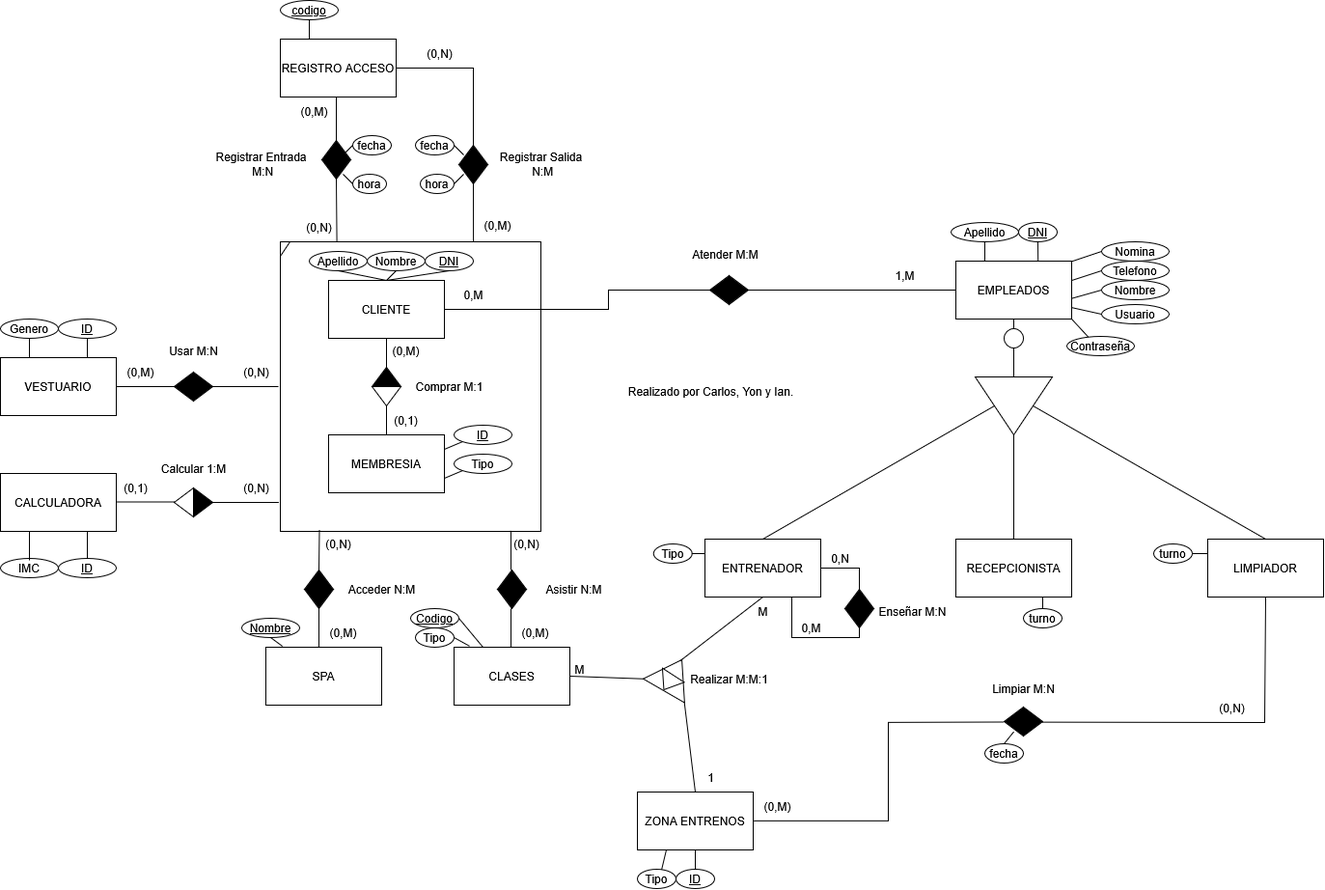
cmr-dam/ProyectoIntermodular-ICY keeps this draw.io diagram as BaseDatos/Entidad Relacion/Entidad Relacion.drawio.png. Above is the earlier version. Source tidied: cells renumbered, new cells last; positions are measured from the earlier drawing's top-left corner, leaving out a move shared by most shapes.
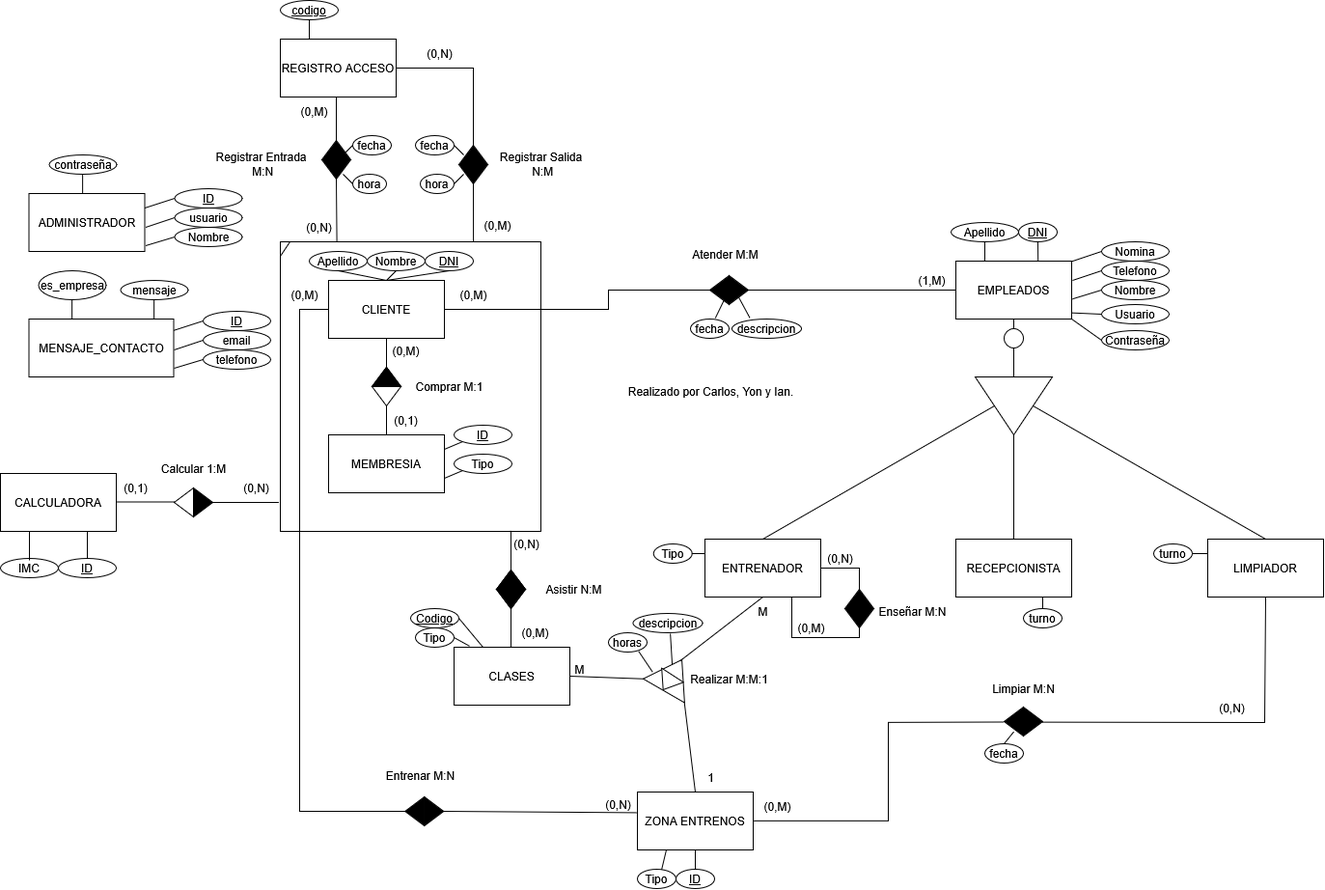
The same diagram one commit later.

Commit message:
Se actualiza Entidad relación para que cuadre con la nueva versión.

The edit, as a diff of the source:
```diff
@@ -62,4 +62,4 @@
     </mxCell>
-    <mxCell id="20" value="0,M" style="text;html=1;align=center;verticalAlign=middle;strokeColor=none;fillColor=none;" parent="18" vertex="1">
-      <mxGeometry x="180" y="40" width="40" height="30" as="geometry" />
+    <mxCell id="20" value="(0,M)" style="text;html=1;align=center;verticalAlign=middle;strokeColor=none;fillColor=none;" parent="18" vertex="1">
+      <mxGeometry x="175" y="40" width="50" height="30" as="geometry" />
     </mxCell>
@@ -71,66 +71,8 @@
     </mxCell>
-    <mxCell id="23" style="endArrow=none;html=1;rounded=0;exitX=0.15;exitY=0.996;exitDx=0;exitDy=0;exitPerimeter=0;entryX=0.5;entryY=0;entryDx=0;entryDy=0;" parent="1" edge="1" source="18">
-      <mxGeometry relative="1" as="geometry">
-        <mxPoint x="330" y="590" as="targetPoint" />
-      </mxGeometry>
-    </mxCell>
-    <mxCell id="24" value="(0,N)" style="text;html=1;align=center;verticalAlign=middle;strokeColor=none;fillColor=none;" parent="1" vertex="1">
-      <mxGeometry x="325" y="548" width="50" height="30" as="geometry" />
-    </mxCell>
-    <mxCell id="25" style="endArrow=none;html=1;rounded=0;exitX=0.5;exitY=1;exitDx=0;exitDy=0;" parent="1" edge="1">
-      <mxGeometry relative="1" as="geometry">
-        <mxPoint x="330" y="630" as="sourcePoint" />
-        <mxPoint x="330" y="670" as="targetPoint" />
-      </mxGeometry>
-    </mxCell>
-    <mxCell id="26" value="SPA" style="rounded=0;whiteSpace=wrap;html=1;" parent="1" vertex="1">
-      <mxGeometry x="275" y="670" width="120" height="60" as="geometry" />
-    </mxCell>
-    <mxCell id="27" value="(0,M)" style="text;html=1;align=center;verticalAlign=middle;strokeColor=none;fillColor=none;" parent="1" vertex="1">
-      <mxGeometry x="330" y="640" width="50" height="30" as="geometry" />
-    </mxCell>
-    <mxCell id="28" value="Acceder N:M" style="text;html=1;align=center;verticalAlign=middle;strokeColor=none;fillColor=none;" parent="1" vertex="1">
-      <mxGeometry x="350" y="595" width="90" height="30" as="geometry" />
-    </mxCell>
-    <mxCell id="29" value="&lt;u&gt;Nombre&lt;/u&gt;" style="ellipse;whiteSpace=wrap;html=1;" parent="1" vertex="1">
-      <mxGeometry x="250" y="640" width="60" height="20" as="geometry" />
-    </mxCell>
-    <mxCell id="30" style="endArrow=none;html=1;rounded=0;exitX=0.5;exitY=1;exitDx=0;exitDy=0;entryX=0.143;entryY=-0.017;entryDx=0;entryDy=0;entryPerimeter=0;" parent="1" edge="1" source="29" target="26">
-      <mxGeometry relative="1" as="geometry" />
-    </mxCell>
-    <mxCell id="31" style="endArrow=none;html=1;rounded=0;exitX=1;exitY=0.5;exitDx=0;exitDy=0;" parent="1" edge="1">
-      <mxGeometry relative="1" as="geometry">
-        <mxPoint x="220" y="400" as="sourcePoint" />
-        <mxPoint x="288" y="400" as="targetPoint" />
-      </mxGeometry>
-    </mxCell>
-    <mxCell id="32" value="VESTUARIO" style="rounded=0;whiteSpace=wrap;html=1;" parent="1" vertex="1">
-      <mxGeometry y="370" width="120" height="60" as="geometry" />
-    </mxCell>
-    <mxCell id="33" value="Genero" style="ellipse;whiteSpace=wrap;html=1;" parent="1" vertex="1">
-      <mxGeometry y="330" width="60" height="20" as="geometry" />
-    </mxCell>
-    <mxCell id="34" value="&lt;u&gt;ID&lt;/u&gt;" style="ellipse;whiteSpace=wrap;html=1;" parent="1" vertex="1">
-      <mxGeometry x="60" y="330" width="60" height="20" as="geometry" />
-    </mxCell>
-    <mxCell id="35" style="endArrow=none;html=1;rounded=0;exitX=0.25;exitY=0;exitDx=0;exitDy=0;entryX=0.5;entryY=1;entryDx=0;entryDy=0;" parent="1" edge="1" source="32" target="33">
-      <mxGeometry relative="1" as="geometry" />
-    </mxCell>
-    <mxCell id="36" style="endArrow=none;html=1;rounded=0;exitX=0.75;exitY=0;exitDx=0;exitDy=0;entryX=0.5;entryY=1;entryDx=0;entryDy=0;" parent="1" edge="1" source="32" target="34">
-      <mxGeometry relative="1" as="geometry" />
-    </mxCell>
-    <mxCell id="37" value="Usar M:N" style="text;html=1;align=center;verticalAlign=middle;strokeColor=none;fillColor=none;" parent="1" vertex="1">
-      <mxGeometry x="165" y="348" width="70" height="30" as="geometry" />
-    </mxCell>
-    <mxCell id="38" value="(0,M)" style="text;html=1;align=center;verticalAlign=middle;strokeColor=none;fillColor=none;" parent="1" vertex="1">
-      <mxGeometry x="120" y="370" width="50" height="30" as="geometry" />
-    </mxCell>
-    <mxCell id="39" value="(0,N)" style="text;html=1;align=center;verticalAlign=middle;strokeColor=none;fillColor=none;" parent="1" vertex="1">
-      <mxGeometry x="240" y="370" width="50" height="30" as="geometry" />
-    </mxCell>
-    <mxCell id="40" style="endArrow=none;html=1;rounded=0;exitX=1;exitY=0.5;exitDx=0;exitDy=0;entryX=0;entryY=0.5;entryDx=0;entryDy=0;" parent="1" edge="1" source="32">
-      <mxGeometry relative="1" as="geometry">
-        <mxPoint x="180" y="400" as="targetPoint" />
-      </mxGeometry>
-    </mxCell>
+    <mxCell id="162" value="(0,M)" style="text;html=1;align=center;verticalAlign=middle;strokeColor=none;fillColor=none;" parent="18" vertex="1">
+      <mxGeometry y="40" width="50" height="30" as="geometry" />
+    </mxCell>
+    <mxCell id="163" style="triangle;whiteSpace=wrap;html=1;rotation=-90;fillStyle=solid;fillColor=#000000;" parent="18" vertex="1">
+      <mxGeometry x="100" y="125" width="20" height="30" as="geometry" />
+    </mxCell>
     <mxCell id="41" style="endArrow=none;html=1;rounded=0;exitX=-0.006;exitY=0.9;exitDx=0;exitDy=0;exitPerimeter=0;" parent="1" edge="1" source="18">
@@ -217,3 +159,3 @@
     <mxCell id="63" style="triangle;whiteSpace=wrap;html=1;direction=north;rotation=-147;" parent="1" vertex="1">
-      <mxGeometry x="678.8" y="697.6" width="26.9" height="17.9" as="geometry" />
+      <mxGeometry x="678.1" y="697.6" width="26.9" height="17.9" as="geometry" />
     </mxCell>
@@ -278,7 +220,7 @@
     </mxCell>
-    <mxCell id="80" value="0,N" style="text;html=1;align=center;verticalAlign=middle;strokeColor=none;fillColor=none;" parent="1" vertex="1">
-      <mxGeometry x="850" y="563" width="40" height="30" as="geometry" />
+    <mxCell id="80" value="(0,N)" style="text;html=1;align=center;verticalAlign=middle;strokeColor=none;fillColor=none;" parent="1" vertex="1">
+      <mxGeometry x="845" y="563" width="50" height="30" as="geometry" />
     </mxCell>
-    <mxCell id="81" value="0,M" style="text;html=1;align=center;verticalAlign=middle;strokeColor=none;fillColor=none;" parent="1" vertex="1">
-      <mxGeometry x="820" y="635" width="40" height="30" as="geometry" />
+    <mxCell id="81" value="(0,M)" style="text;html=1;align=center;verticalAlign=middle;strokeColor=none;fillColor=none;" parent="1" vertex="1">
+      <mxGeometry x="815" y="635" width="50" height="30" as="geometry" />
     </mxCell>
@@ -383,4 +325,6 @@
     </mxCell>
-    <mxCell id="110" style="endArrow=none;html=1;rounded=0;entryX=0;entryY=0.5;entryDx=0;entryDy=0;exitX=1.002;exitY=0.333;exitDx=0;exitDy=0;exitPerimeter=0;" parent="1" edge="1" source="99" target="104">
-      <mxGeometry relative="1" as="geometry" />
+    <mxCell id="110" style="endArrow=none;html=1;rounded=0;entryX=0;entryY=0.5;entryDx=0;entryDy=0;exitX=1;exitY=0.5;exitDx=0;exitDy=0;" parent="1" edge="1" target="104">
+      <mxGeometry relative="1" as="geometry">
+        <mxPoint x="1111" y="290" as="sourcePoint" />
+      </mxGeometry>
     </mxCell>
@@ -389,4 +333,6 @@
     </mxCell>
-    <mxCell id="112" style="endArrow=none;html=1;rounded=0;entryX=0;entryY=0.5;entryDx=0;entryDy=0;exitX=1.002;exitY=0.644;exitDx=0;exitDy=0;exitPerimeter=0;" parent="1" edge="1" source="99" target="105">
-      <mxGeometry relative="1" as="geometry" />
+    <mxCell id="112" style="endArrow=none;html=1;rounded=0;entryX=0;entryY=0.5;entryDx=0;entryDy=0;exitX=1;exitY=0.82;exitDx=0;exitDy=0;exitPerimeter=0;" parent="1" edge="1" target="105">
+      <mxGeometry relative="1" as="geometry">
+        <mxPoint x="1111" y="309.2" as="sourcePoint" />
+      </mxGeometry>
     </mxCell>
@@ -499,4 +445,4 @@
     </mxCell>
-    <mxCell id="139" value="1,M" style="text;html=1;align=center;verticalAlign=middle;strokeColor=none;fillColor=none;" parent="1" vertex="1">
-      <mxGeometry x="917" y="270" width="40" height="30" as="geometry" />
+    <mxCell id="139" value="(1,M)" style="text;html=1;align=center;verticalAlign=middle;strokeColor=none;fillColor=none;" parent="1" vertex="1">
+      <mxGeometry x="940" y="275" width="50" height="30" as="geometry" />
     </mxCell>
@@ -514,13 +460,7 @@
     </mxCell>
-    <mxCell id="144" style="triangle;whiteSpace=wrap;html=1;rotation=-90;fillStyle=solid;fillColor=light-dark(#000000,#000000);" parent="1" vertex="1">
-      <mxGeometry x="320" y="585" width="20" height="30" as="geometry" />
-    </mxCell>
-    <mxCell id="145" style="triangle;whiteSpace=wrap;html=1;rotation=90;fillStyle=solid;fillColor=#000000;" parent="1" vertex="1">
-      <mxGeometry x="320" y="605" width="20" height="30" as="geometry" />
-    </mxCell>
     <mxCell id="146" style="triangle;whiteSpace=wrap;html=1;rotation=-90;fillStyle=solid;fillColor=light-dark(#000000,#000000);" parent="1" vertex="1">
-      <mxGeometry x="520" y="585" width="20" height="30" as="geometry" />
+      <mxGeometry x="519" y="585" width="20" height="30" as="geometry" />
     </mxCell>
     <mxCell id="147" style="triangle;whiteSpace=wrap;html=1;rotation=90;fillStyle=solid;fillColor=light-dark(#000000,#000000);" parent="1" vertex="1">
-      <mxGeometry x="520" y="605" width="20" height="30" as="geometry" />
+      <mxGeometry x="519" y="605" width="20" height="30" as="geometry" />
     </mxCell>
@@ -532,8 +472,2 @@
     </mxCell>
-    <mxCell id="150" style="triangle;whiteSpace=wrap;html=1;rotation=0;fillColor=#000000;fillStyle=solid;" parent="1" vertex="1">
-      <mxGeometry x="200" y="385" width="20" height="30" as="geometry" />
-    </mxCell>
-    <mxCell id="151" style="triangle;whiteSpace=wrap;html=1;rotation=-180;fillStyle=solid;fillColor=#000000;" parent="1" vertex="1">
-      <mxGeometry x="180" y="385" width="20" height="30" as="geometry" />
-    </mxCell>
     <mxCell id="152" style="triangle;whiteSpace=wrap;html=1;rotation=0;fillStyle=solid;fillColor=#000000;" parent="1" vertex="1">
@@ -556,2 +490,139 @@
     </mxCell>
+    <mxCell id="164" value="ADMINISTRADOR" style="rounded=0;whiteSpace=wrap;html=1;" parent="1" vertex="1">
+      <mxGeometry x="29.5" y="200" width="120" height="60" as="geometry" />
+    </mxCell>
+    <mxCell id="165" value="usuario" style="ellipse;whiteSpace=wrap;html=1;" parent="1" vertex="1">
+      <mxGeometry x="180.5" y="215" width="70" height="20" as="geometry" />
+    </mxCell>
+    <mxCell id="29" value="Nombre" style="ellipse;whiteSpace=wrap;html=1;" parent="1" vertex="1">
+      <mxGeometry x="180.5" y="235" width="70" height="20" as="geometry" />
+    </mxCell>
+    <mxCell id="166" value="&lt;u&gt;ID&lt;/u&gt;" style="ellipse;whiteSpace=wrap;html=1;" parent="1" vertex="1">
+      <mxGeometry x="180.5" y="195" width="70" height="20" as="geometry" />
+    </mxCell>
+    <mxCell id="167" style="endArrow=none;html=1;rounded=0;entryX=0;entryY=0.5;entryDx=0;entryDy=0;exitX=0.992;exitY=0.173;exitDx=0;exitDy=0;exitPerimeter=0;" parent="1" edge="1" target="166">
+      <mxGeometry relative="1" as="geometry">
+        <mxPoint x="149.5" y="215" as="sourcePoint" />
+      </mxGeometry>
+    </mxCell>
+    <mxCell id="168" style="endArrow=none;html=1;rounded=0;entryX=0;entryY=0.5;entryDx=0;entryDy=0;exitX=1;exitY=0.5;exitDx=0;exitDy=0;" parent="1" edge="1" target="165">
+      <mxGeometry relative="1" as="geometry">
+        <mxPoint x="150.5" y="235" as="sourcePoint" />
+      </mxGeometry>
+    </mxCell>
+    <mxCell id="169" style="endArrow=none;html=1;rounded=0;entryX=0;entryY=0.5;entryDx=0;entryDy=0;exitX=1;exitY=0.82;exitDx=0;exitDy=0;exitPerimeter=0;" parent="1" edge="1" target="29">
+      <mxGeometry relative="1" as="geometry">
+        <mxPoint x="150.5" y="254" as="sourcePoint" />
+      </mxGeometry>
+    </mxCell>
+    <mxCell id="170" value="contraseña" style="ellipse;whiteSpace=wrap;html=1;" parent="1" vertex="1">
+      <mxGeometry x="50.5" y="160" width="70" height="20" as="geometry" />
+    </mxCell>
+    <mxCell id="171" style="endArrow=none;html=1;rounded=0;entryX=0.5;entryY=1;entryDx=0;entryDy=0;exitX=0.25;exitY=0;exitDx=0;exitDy=0;" parent="1" edge="1">
+      <mxGeometry relative="1" as="geometry">
+        <mxPoint x="85.1" y="200" as="sourcePoint" />
+        <mxPoint x="85.1" y="180" as="targetPoint" />
+      </mxGeometry>
+    </mxCell>
+    <mxCell id="172" value="email" style="ellipse;whiteSpace=wrap;html=1;" parent="1" vertex="1">
+      <mxGeometry x="210" y="342" width="70" height="20" as="geometry" />
+    </mxCell>
+    <mxCell id="173" value="telefono" style="ellipse;whiteSpace=wrap;html=1;" parent="1" vertex="1">
+      <mxGeometry x="210" y="362" width="70" height="20" as="geometry" />
+    </mxCell>
+    <mxCell id="174" value="&lt;u&gt;ID&lt;/u&gt;" style="ellipse;whiteSpace=wrap;html=1;" parent="1" vertex="1">
+      <mxGeometry x="210" y="322" width="70" height="20" as="geometry" />
+    </mxCell>
+    <mxCell id="175" style="endArrow=none;html=1;rounded=0;entryX=0;entryY=0.5;entryDx=0;entryDy=0;exitX=0.992;exitY=0.173;exitDx=0;exitDy=0;exitPerimeter=0;" parent="1" edge="1" target="174">
+      <mxGeometry relative="1" as="geometry">
+        <mxPoint x="179" y="342" as="sourcePoint" />
+      </mxGeometry>
+    </mxCell>
+    <mxCell id="176" style="endArrow=none;html=1;rounded=0;entryX=0;entryY=0.5;entryDx=0;entryDy=0;exitX=1;exitY=0.5;exitDx=0;exitDy=0;" parent="1" edge="1" target="172">
+      <mxGeometry relative="1" as="geometry">
+        <mxPoint x="180" y="362" as="sourcePoint" />
+      </mxGeometry>
+    </mxCell>
+    <mxCell id="177" style="endArrow=none;html=1;rounded=0;entryX=0;entryY=0.5;entryDx=0;entryDy=0;exitX=1;exitY=0.82;exitDx=0;exitDy=0;exitPerimeter=0;" parent="1" edge="1" target="173">
+      <mxGeometry relative="1" as="geometry">
+        <mxPoint x="180" y="381" as="sourcePoint" />
+      </mxGeometry>
+    </mxCell>
+    <mxCell id="178" value="mensaje" style="ellipse;whiteSpace=wrap;html=1;" parent="1" vertex="1">
+      <mxGeometry x="124.5" y="290" width="70" height="20" as="geometry" />
+    </mxCell>
+    <mxCell id="179" style="endArrow=none;html=1;rounded=0;entryX=0.5;entryY=1;entryDx=0;entryDy=0;exitX=0.25;exitY=0;exitDx=0;exitDy=0;" parent="1" edge="1">
+      <mxGeometry relative="1" as="geometry">
+        <mxPoint x="159.1" y="330" as="sourcePoint" />
+        <mxPoint x="159.1" y="310" as="targetPoint" />
+      </mxGeometry>
+    </mxCell>
+    <mxCell id="180" value="es_empresa" style="ellipse;whiteSpace=wrap;html=1;" parent="1" vertex="1">
+      <mxGeometry x="39.5" y="280" width="70" height="30" as="geometry" />
+    </mxCell>
+    <mxCell id="181" style="endArrow=none;html=1;rounded=0;entryX=0.5;entryY=1;entryDx=0;entryDy=0;exitX=0.25;exitY=0;exitDx=0;exitDy=0;" parent="1" edge="1">
+      <mxGeometry relative="1" as="geometry">
+        <mxPoint x="74.1" y="330" as="sourcePoint" />
+        <mxPoint x="74.1" y="310" as="targetPoint" />
+      </mxGeometry>
+    </mxCell>
+    <mxCell id="182" style="triangle;whiteSpace=wrap;html=1;rotation=-90;fillStyle=solid;fillColor=#000000;" parent="1" vertex="1">
+      <mxGeometry x="519" y="585" width="20" height="30" as="geometry" />
+    </mxCell>
+    <mxCell id="183" style="triangle;whiteSpace=wrap;html=1;rotation=90;fillStyle=solid;fillColor=#000000;" parent="1" vertex="1">
+      <mxGeometry x="519" y="605" width="20" height="30" as="geometry" />
+    </mxCell>
+    <mxCell id="184" value="MENSAJE_CONTACTO" style="rounded=0;whiteSpace=wrap;html=1;" parent="1" vertex="1">
+      <mxGeometry x="29.5" y="330" width="150" height="60" as="geometry" />
+    </mxCell>
+    <mxCell id="185" style="endArrow=none;html=1;rounded=0;exitX=0;exitY=0.5;exitDx=0;exitDy=0;" parent="1" edge="1" source="2">
+      <mxGeometry relative="1" as="geometry">
+        <mxPoint x="420" y="840" as="targetPoint" />
+        <Array as="points">
+          <mxPoint x="310" y="320" />
+          <mxPoint x="310" y="840" />
+        </Array>
+      </mxGeometry>
+    </mxCell>
+    <mxCell id="186" value="Entrenar M:N" style="text;html=1;align=center;verticalAlign=middle;strokeColor=none;fillColor=none;" parent="1" vertex="1">
+      <mxGeometry x="390" y="788" width="90" height="30" as="geometry" />
+    </mxCell>
+    <mxCell id="187" style="triangle;whiteSpace=wrap;html=1;rotation=0;fillStyle=solid;fillColor=#000000;" parent="1" vertex="1">
+      <mxGeometry x="439.3" y="825" width="20" height="30" as="geometry" />
+    </mxCell>
+    <mxCell id="188" style="triangle;whiteSpace=wrap;html=1;rotation=-180;fillColor=#000000;fillStyle=solid;" parent="1" vertex="1">
+      <mxGeometry x="419.3" y="825" width="20" height="30" as="geometry" />
+    </mxCell>
+    <mxCell id="189" style="endArrow=none;html=1;rounded=0;exitX=-0.009;exitY=0.357;exitDx=0;exitDy=0;exitPerimeter=0;entryX=1;entryY=0.5;entryDx=0;entryDy=0;" parent="1" edge="1" source="65" target="187">
+      <mxGeometry relative="1" as="geometry" />
+    </mxCell>
+    <mxCell id="190" value="fecha" style="ellipse;whiteSpace=wrap;html=1;" parent="1" vertex="1">
+      <mxGeometry x="715" y="330" width="40" height="20" as="geometry" />
+    </mxCell>
+    <mxCell id="191" style="endArrow=none;html=1;rounded=0;entryX=0;entryY=1;entryDx=0;entryDy=0;exitX=0.645;exitY=-0.051;exitDx=0;exitDy=0;exitPerimeter=0;" parent="1" edge="1" source="190">
+      <mxGeometry relative="1" as="geometry">
+        <mxPoint x="750" y="310" as="targetPoint" />
+      </mxGeometry>
+    </mxCell>
+    <mxCell id="192" value="descripcion" style="ellipse;whiteSpace=wrap;html=1;" parent="1" vertex="1">
+      <mxGeometry x="758" y="330" width="72" height="20" as="geometry" />
+    </mxCell>
+    <mxCell id="193" style="endArrow=none;html=1;rounded=0;entryX=0.5;entryY=1;entryDx=0;entryDy=0;exitX=0.256;exitY=-0.067;exitDx=0;exitDy=0;exitPerimeter=0;" parent="1" edge="1" source="192" target="156">
+      <mxGeometry relative="1" as="geometry" />
+    </mxCell>
+    <mxCell id="194" value="horas" style="ellipse;whiteSpace=wrap;html=1;" parent="1" vertex="1">
+      <mxGeometry x="630" y="655" width="40" height="20" as="geometry" />
+    </mxCell>
+    <mxCell id="195" value="descripcion" style="ellipse;whiteSpace=wrap;html=1;" parent="1" vertex="1">
+      <mxGeometry x="655.6" y="635" width="72" height="20" as="geometry" />
+    </mxCell>
+    <mxCell id="196" style="endArrow=none;html=1;rounded=0;entryX=0.536;entryY=1.052;entryDx=0;entryDy=0;entryPerimeter=0;" parent="1" edge="1" source="62" target="195">
+      <mxGeometry relative="1" as="geometry" />
+    </mxCell>
+    <mxCell id="197" style="endArrow=none;html=1;rounded=0;entryX=0.783;entryY=0.964;entryDx=0;entryDy=0;exitX=0.294;exitY=0.099;exitDx=0;exitDy=0;exitPerimeter=0;entryPerimeter=0;" parent="1" edge="1" source="62" target="194">
+      <mxGeometry relative="1" as="geometry" />
+    </mxCell>
+    <mxCell id="198" value="(0,N)" style="text;html=1;align=center;verticalAlign=middle;strokeColor=none;fillColor=none;" parent="1" vertex="1">
+      <mxGeometry x="615" y="818" width="50" height="30" as="geometry" />
+    </mxCell>
     <mxCell id="158" value="Usuario" style="ellipse;whiteSpace=wrap;html=1;" parent="1" vertex="1">
@@ -559,3 +630,3 @@
     </mxCell>
-    <mxCell id="159" style="endArrow=none;html=1;rounded=0;entryX=0;entryY=0.5;entryDx=0;entryDy=0;exitX=1.002;exitY=0.803;exitDx=0;exitDy=0;exitPerimeter=0;" parent="1" edge="1" source="99" target="158">
+    <mxCell id="159" style="endArrow=none;html=1;rounded=0;entryX=0;entryY=0.5;entryDx=0;entryDy=0;exitX=1.004;exitY=0.894;exitDx=0;exitDy=0;exitPerimeter=0;" parent="1" edge="1" source="99" target="158">
       <mxGeometry relative="1" as="geometry" />
@@ -563,5 +634,5 @@
     <mxCell id="160" value="Contraseña" style="ellipse;whiteSpace=wrap;html=1;" parent="1" vertex="1">
-      <mxGeometry x="1105" y="348" width="70" height="20" as="geometry" />
+      <mxGeometry x="1141" y="342" width="70" height="20" as="geometry" />
     </mxCell>
-    <mxCell id="161" style="endArrow=none;html=1;rounded=0;entryX=0.317;entryY=0.031;entryDx=0;entryDy=0;exitX=1;exitY=1;exitDx=0;exitDy=0;entryPerimeter=0;" parent="1" edge="1" source="99" target="160">
+    <mxCell id="161" style="endArrow=none;html=1;rounded=0;entryX=0;entryY=0.5;entryDx=0;entryDy=0;exitX=1;exitY=1;exitDx=0;exitDy=0;" parent="1" edge="1" source="99" target="160">
       <mxGeometry relative="1" as="geometry" />
```
